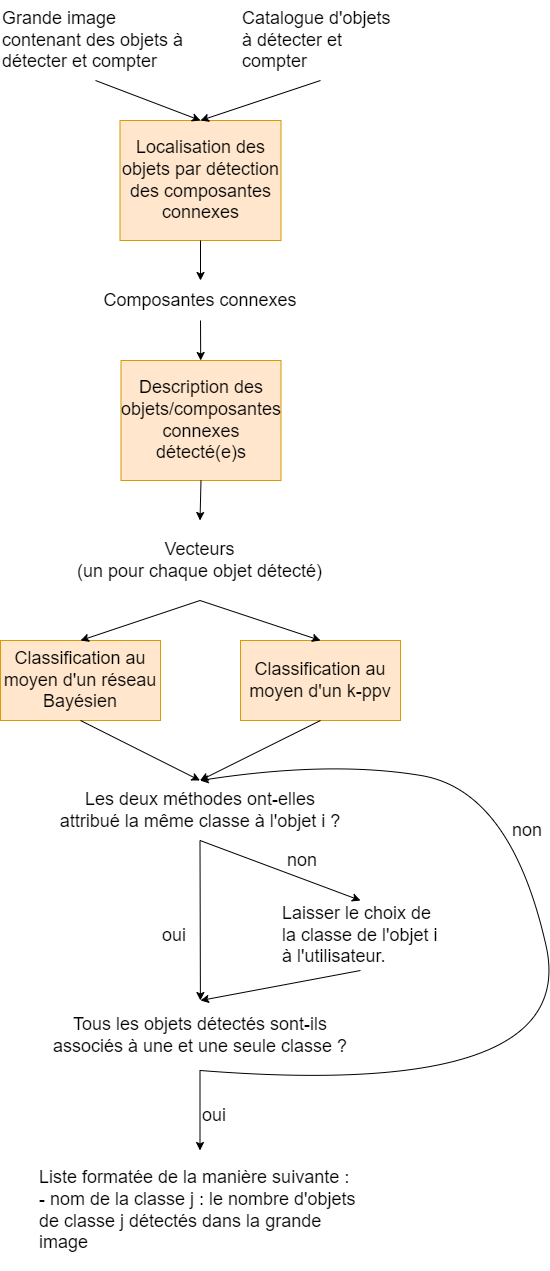
agodiveau/Projet_IA_S7 keeps this draw.io diagram as Chaine_traitement_brouillon.png. Above is the earlier version. Source tidied: cells renumbered, new cells last; positions are measured from the earlier drawing's top-left corner, leaving out a move shared by most shapes.
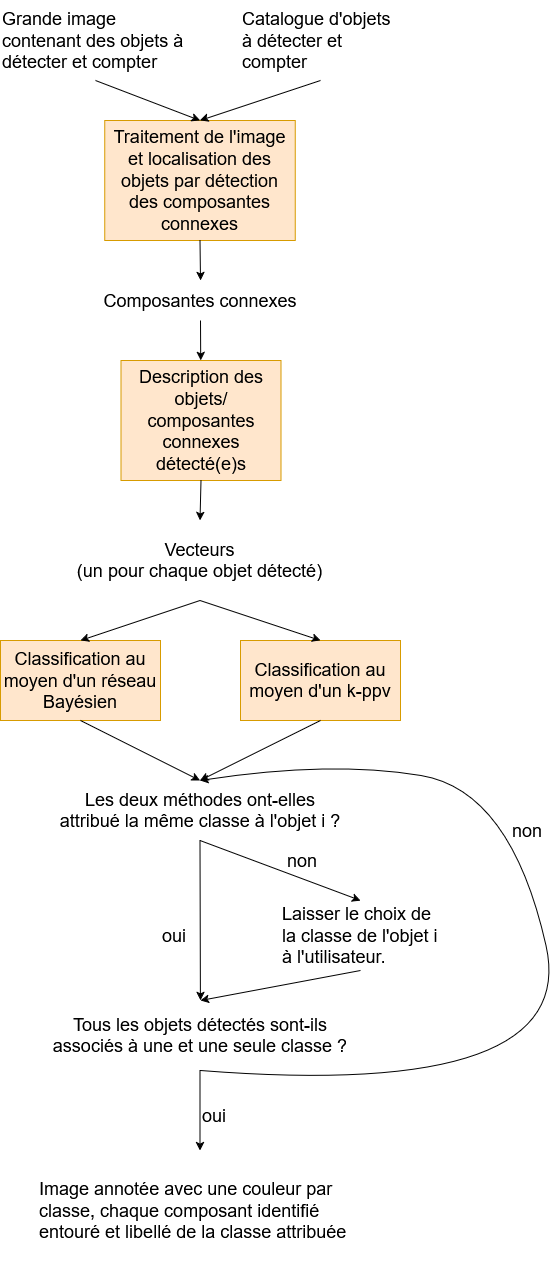
After the commit.

Commit message:
Modif de la pipeline

Diff of the diagram source:
```diff
@@ -2,8 +2,8 @@
   <root>
     <mxCell id="0" />
     <mxCell id="1" parent="0" />
-    <mxCell id="2" value="&lt;font style=&quot;font-size: 18px;&quot;&gt;Localisation des objets par détection des composantes connexes&lt;/font&gt;" style="rounded=0;whiteSpace=wrap;html=1;fillColor=#ffe6cc;strokeColor=#d79b00;" parent="1" vertex="1">
-      <mxGeometry x="119.5" y="120" width="161" height="120" as="geometry" />
+    <mxCell id="2" value="&lt;font style=&quot;font-size: 18px;&quot;&gt;Traitement de l'image et localisation des objets par détection des composantes connexes&lt;/font&gt;" style="rounded=0;whiteSpace=wrap;html=1;fillColor=#ffe6cc;strokeColor=#d79b00;" parent="1" vertex="1">
+      <mxGeometry x="104.2" y="120" width="190.5" height="120" as="geometry" />
     </mxCell>
     <mxCell id="3" value="&lt;span style=&quot;font-size: 18px;&quot;&gt;Grande image contenant des objets à détecter et compter&lt;/span&gt;" style="text;html=1;strokeColor=none;fillColor=none;align=left;verticalAlign=middle;whiteSpace=wrap;rounded=0;" parent="1" vertex="1">
       <mxGeometry width="190" height="80" as="geometry" />
@@ -62,7 +62,7 @@
     <mxCell id="21" style="endArrow=classic;html=1;rounded=0;exitX=0.5;exitY=1;exitDx=0;exitDy=0;entryX=0.5;entryY=0;entryDx=0;entryDy=0;" parent="1" edge="1" source="19" target="24">
       <mxGeometry relative="1" as="geometry" />
     </mxCell>
-    <mxCell id="22" value="&lt;span style=&quot;font-size: 18px;&quot;&gt;Liste formatée de la manière suivante :&lt;br&gt;- nom de la classe j : le nombre d'objets de classe j détectés dans la grande image&lt;br&gt;&lt;/span&gt;" style="text;html=1;strokeColor=none;fillColor=none;align=left;verticalAlign=middle;whiteSpace=wrap;rounded=0;" parent="1" vertex="1">
+    <mxCell id="22" value="&lt;span style=&quot;font-size: 18px;&quot;&gt;Image annotée avec une couleur par classe, chaque composant identifié entouré et libellé de la classe attribuée&lt;br&gt;&lt;/span&gt;" style="text;html=1;strokeColor=none;fillColor=none;align=left;verticalAlign=middle;whiteSpace=wrap;rounded=0;" parent="1" vertex="1">
       <mxGeometry x="36.8" y="1150" width="325.5" height="120" as="geometry" />
     </mxCell>
     <mxCell id="23" style="curved=1;endArrow=classic;html=1;rounded=0;entryX=0.5;entryY=0;entryDx=0;entryDy=0;" parent="1" edge="1" target="14">
```
